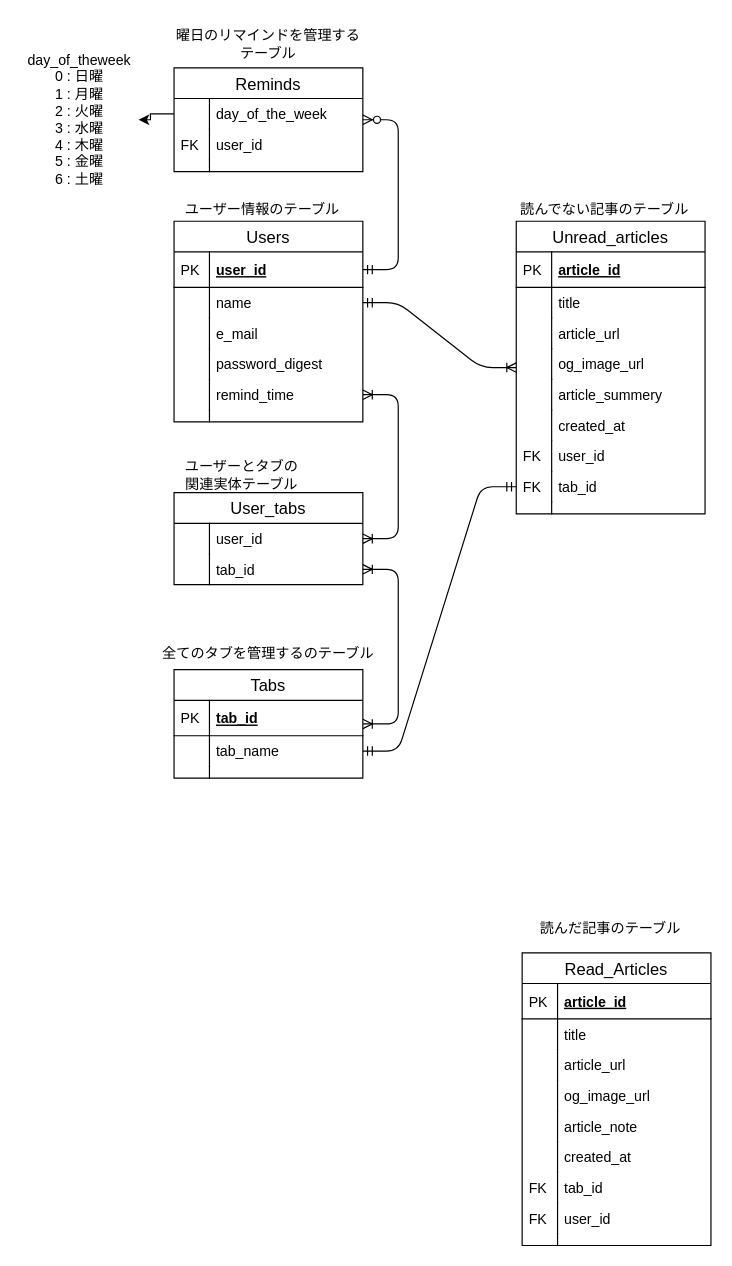
Before: rails_api/ERD.drawio in Yosuke-Aramaki/gx_app_3, a draw.io diagram. Source tidied: cells renumbered, new cells numbered last; positions are measured from the earlier drawing's top-left corner, leaving out a move shared by most shapes. Both pictures are drawn from the tidied source at 118%, with x=0, y=0 at pixel (20, 20).
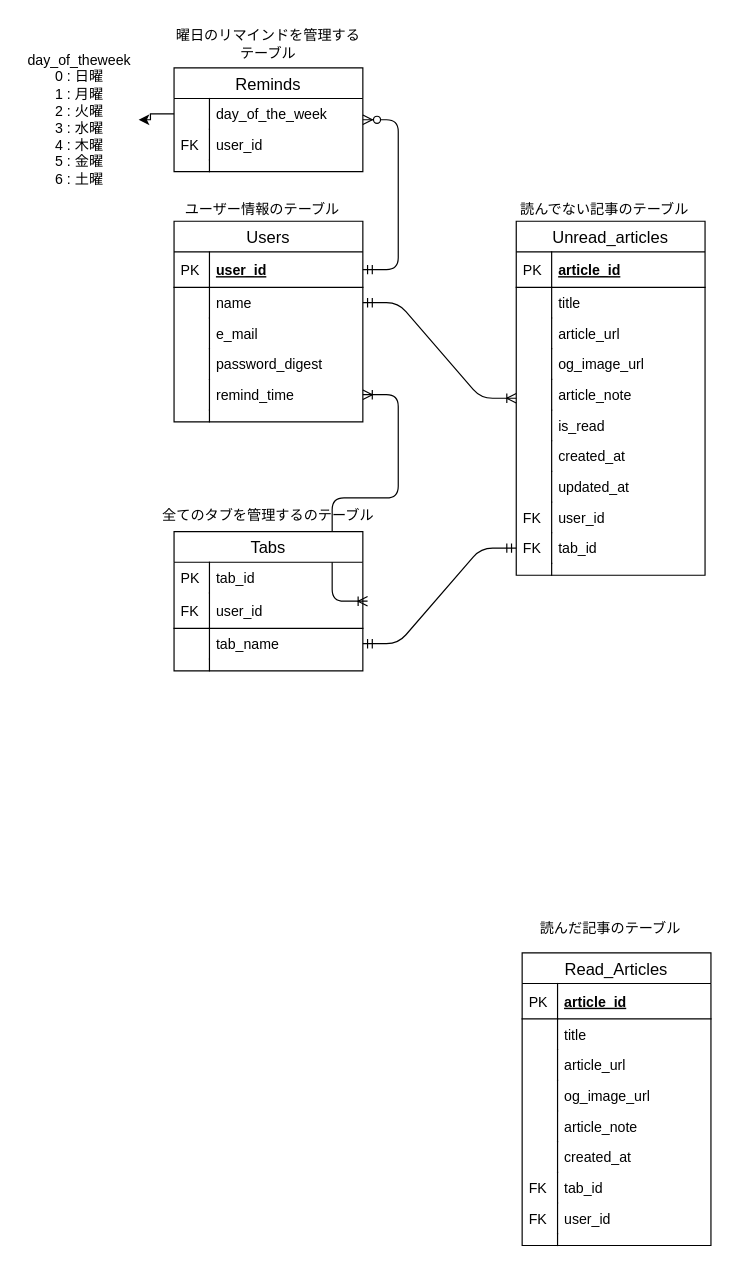
The same diagram, later.

Unchanged cells that the change refers to:
```xml
<mxCell id="11" value="remind_time" style="shape=partialRectangle;top=0;left=0;right=0;bottom=0;align=left;verticalAlign=top;fillColor=none;spacingLeft=34;spacingRight=4;overflow=hidden;points=[[0,0.5],[1,0.5]];portConstraint=eastwest;fontSize=12;" parent="2" vertex="1">
  <mxGeometry y="134" width="160" height="26" as="geometry" />
</mxCell>
```

The edit, as a diff of the source:
```diff
@@
-    <mxCell id="15" value="User_tabs" style="swimlane;fontStyle=0;horizontal=1;startSize=26;align=center;fontSize=14;" parent="1" vertex="1">
-      <mxGeometry x="130" y="400" width="160" height="78" as="geometry" />
-    </mxCell>
-    <mxCell id="16" value="user_id" style="shape=partialRectangle;top=0;left=0;right=0;bottom=0;align=left;verticalAlign=top;fillColor=none;spacingLeft=34;spacingRight=4;overflow=hidden;points=[[0,0.5],[1,0.5]];portConstraint=eastwest;fontSize=12;" parent="15" vertex="1">
-      <mxGeometry y="26" width="160" height="26" as="geometry" />
-    </mxCell>
-    <mxCell id="17" style="shape=partialRectangle;top=0;left=0;bottom=0;fillColor=none;align=left;verticalAlign=top;spacingLeft=4;spacingRight=4;overflow=hidden;fontSize=12;" parent="16" vertex="1">
-      <mxGeometry width="30" height="26" as="geometry" />
-    </mxCell>
-    <mxCell id="18" value="tab_id" style="shape=partialRectangle;top=0;left=0;right=0;bottom=0;align=left;verticalAlign=top;fillColor=none;spacingLeft=34;spacingRight=4;overflow=hidden;points=[[0,0.5],[1,0.5]];portConstraint=eastwest;fontSize=12;" parent="15" vertex="1">
-      <mxGeometry y="52" width="160" height="26" as="geometry" />
-    </mxCell>
-    <mxCell id="19" style="shape=partialRectangle;top=0;left=0;bottom=0;fillColor=none;align=left;verticalAlign=top;spacingLeft=4;spacingRight=4;overflow=hidden;fontSize=12;" parent="18" vertex="1">
-      <mxGeometry width="30" height="26" as="geometry" />
-    </mxCell>
@@
-    <mxCell id="27" value="Tabs" style="swimlane;fontStyle=0;horizontal=1;startSize=26;align=center;fontSize=14;" parent="1" vertex="1">
-      <mxGeometry x="130" y="550" width="160" height="92" as="geometry" />
-    </mxCell>
-    <mxCell id="28" value="tab_id" style="shape=partialRectangle;top=0;left=0;right=0;bottom=1;align=left;verticalAlign=middle;fillColor=none;spacingLeft=34;spacingRight=4;overflow=hidden;points=[[0,0.5],[1,0.5]];portConstraint=eastwest;fontStyle=5;fontSize=12;" parent="27" vertex="1">
-      <mxGeometry y="26" width="160" height="30" as="geometry" />
-    </mxCell>
-    <mxCell id="29" value="PK" style="shape=partialRectangle;top=0;left=0;bottom=0;fillColor=none;align=left;verticalAlign=middle;spacingLeft=4;spacingRight=4;overflow=hidden;fontSize=12;" parent="28" vertex="1">
-      <mxGeometry width="30" height="30" as="geometry" />
-    </mxCell>
-    <mxCell id="30" value="tab_name" style="shape=partialRectangle;top=0;left=0;right=0;bottom=0;align=left;verticalAlign=top;fillColor=none;spacingLeft=34;spacingRight=4;overflow=hidden;points=[[0,0.5],[1,0.5]];portConstraint=eastwest;fontSize=12;" parent="27" vertex="1">
-      <mxGeometry y="56" width="160" height="26" as="geometry" />
-    </mxCell>
-    <mxCell id="31" style="shape=partialRectangle;top=0;left=0;bottom=0;fillColor=none;align=left;verticalAlign=top;spacingLeft=4;spacingRight=4;overflow=hidden;fontSize=12;" parent="30" vertex="1">
-      <mxGeometry width="30" height="26" as="geometry" />
-    </mxCell>
-    <mxCell id="32" style="shape=partialRectangle;top=0;left=0;right=0;bottom=0;align=left;verticalAlign=top;fillColor=none;spacingLeft=34;spacingRight=4;overflow=hidden;fontSize=12;" parent="27" vertex="1">
-      <mxGeometry y="82" width="160" height="10" as="geometry" />
-    </mxCell>
-    <mxCell id="33" style="shape=partialRectangle;top=0;left=0;bottom=0;fillColor=none;align=left;verticalAlign=top;spacingLeft=4;spacingRight=4;overflow=hidden;fontSize=12;" parent="32" vertex="1">
-      <mxGeometry width="30" height="10" as="geometry" />
-    </mxCell>
@@
-    <mxCell id="36" style="edgeStyle=entityRelationEdgeStyle;fontSize=12;html=1;endArrow=ERoneToMany;startArrow=ERoneToMany;" parent="1" edge="1" source="16" target="11">
+    <mxCell id="36" style="edgeStyle=entityRelationEdgeStyle;fontSize=12;html=1;endArrow=ERoneToMany;startArrow=ERoneToMany;exitX=1.025;exitY=0.233;exitDx=0;exitDy=0;exitPerimeter=0;" parent="1" edge="1" source="28" target="11">
       <mxGeometry relative="1" as="geometry" />
     </mxCell>
-    <mxCell id="37" style="edgeStyle=entityRelationEdgeStyle;fontSize=12;html=1;endArrow=ERoneToMany;startArrow=ERoneToMany;" parent="1" edge="1" source="27" target="18">
-      <mxGeometry relative="1" as="geometry" />
-    </mxCell>
@@
     <mxCell id="39" value="Unread_articles" style="swimlane;fontStyle=0;horizontal=1;startSize=26;align=center;fontSize=14;" parent="1" vertex="1">
-      <mxGeometry x="420" y="170" width="160" height="248" as="geometry" />
+      <mxGeometry x="420" y="170" width="160" height="300" as="geometry" />
     </mxCell>
@@
-    <mxCell id="48" value="article_summery" style="shape=partialRectangle;top=0;left=0;right=0;bottom=0;align=left;verticalAlign=top;fillColor=none;spacingLeft=34;spacingRight=4;overflow=hidden;fontSize=12;" parent="39" vertex="1">
+    <mxCell id="48" value="article_note" style="shape=partialRectangle;top=0;left=0;right=0;bottom=0;align=left;verticalAlign=top;fillColor=none;spacingLeft=34;spacingRight=4;overflow=hidden;fontSize=12;" parent="39" vertex="1">
       <mxGeometry y="134" width="160" height="26" as="geometry" />
     </mxCell>
@@
+    <mxCell id="85" value="is_read" style="shape=partialRectangle;top=0;left=0;right=0;bottom=0;align=left;verticalAlign=top;fillColor=none;spacingLeft=34;spacingRight=4;overflow=hidden;fontSize=12;" parent="39" vertex="1">
+      <mxGeometry y="160" width="160" height="26" as="geometry" />
+    </mxCell>
+    <mxCell id="86" style="shape=partialRectangle;top=0;left=0;bottom=0;fillColor=none;align=left;verticalAlign=top;spacingLeft=4;spacingRight=4;overflow=hidden;fontSize=12;" parent="85" vertex="1">
+      <mxGeometry width="30" height="26" as="geometry" />
+    </mxCell>
     <mxCell id="50" value="created_at" style="shape=partialRectangle;top=0;left=0;right=0;bottom=0;align=left;verticalAlign=top;fillColor=none;spacingLeft=34;spacingRight=4;overflow=hidden;fontSize=12;" parent="39" vertex="1">
-      <mxGeometry y="160" width="160" height="26" as="geometry" />
+      <mxGeometry y="186" width="160" height="26" as="geometry" />
     </mxCell>
@@
+    <mxCell id="87" value="updated_at" style="shape=partialRectangle;top=0;left=0;right=0;bottom=0;align=left;verticalAlign=top;fillColor=none;spacingLeft=34;spacingRight=4;overflow=hidden;fontSize=12;" parent="39" vertex="1">
+      <mxGeometry y="212" width="160" height="26" as="geometry" />
+    </mxCell>
+    <mxCell id="88" style="shape=partialRectangle;top=0;left=0;bottom=0;fillColor=none;align=left;verticalAlign=top;spacingLeft=4;spacingRight=4;overflow=hidden;fontSize=12;" parent="87" vertex="1">
+      <mxGeometry width="30" height="26" as="geometry" />
+    </mxCell>
     <mxCell id="52" value="user_id" style="shape=partialRectangle;top=0;left=0;right=0;bottom=0;align=left;verticalAlign=top;fillColor=none;spacingLeft=34;spacingRight=4;overflow=hidden;fontSize=12;" parent="39" vertex="1">
-      <mxGeometry y="186" width="160" height="26" as="geometry" />
+      <mxGeometry y="238" width="160" height="26" as="geometry" />
     </mxCell>
@@
     <mxCell id="54" value="tab_id" style="shape=partialRectangle;top=0;left=0;right=0;bottom=0;align=left;verticalAlign=top;fillColor=none;spacingLeft=34;spacingRight=4;overflow=hidden;points=[[0,0.5],[1,0.5]];portConstraint=eastwest;fontSize=12;" parent="39" vertex="1">
-      <mxGeometry y="212" width="160" height="26" as="geometry" />
+      <mxGeometry y="264" width="160" height="26" as="geometry" />
     </mxCell>
@@
     <mxCell id="56" style="shape=partialRectangle;top=0;left=0;right=0;bottom=0;align=left;verticalAlign=top;fillColor=none;spacingLeft=34;spacingRight=4;overflow=hidden;fontSize=12;" parent="39" vertex="1">
-      <mxGeometry y="238" width="160" height="10" as="geometry" />
+      <mxGeometry y="290" width="160" height="10" as="geometry" />
     </mxCell>
@@
     <mxCell id="60" value="全てのタブを管理するのテーブル" style="text;html=1;strokeColor=none;fillColor=none;align=center;verticalAlign=middle;whiteSpace=wrap;rounded=0;" parent="1" vertex="1">
-      <mxGeometry x="115" y="527" width="190" height="20" as="geometry" />
+      <mxGeometry x="115" y="410" width="190" height="20" as="geometry" />
     </mxCell>
-    <mxCell id="61" value="ユーザーとタブの&lt;br&gt;関連実体テーブル" style="text;html=1;strokeColor=none;fillColor=none;align=center;verticalAlign=middle;whiteSpace=wrap;rounded=0;" parent="1" vertex="1">
-      <mxGeometry x="115" y="370" width="145" height="30" as="geometry" />
-    </mxCell>
@@
+    <mxCell id="27" value="Tabs" style="swimlane;fontStyle=0;horizontal=1;startSize=26;align=center;fontSize=14;" parent="1" vertex="1">
+      <mxGeometry x="130" y="433" width="160" height="118" as="geometry" />
+    </mxCell>
+    <mxCell id="18" value="tab_id" style="shape=partialRectangle;top=0;left=0;right=0;bottom=0;align=left;verticalAlign=top;fillColor=none;spacingLeft=34;spacingRight=4;overflow=hidden;points=[[0,0.5],[1,0.5]];portConstraint=eastwest;fontSize=12;" parent="27" vertex="1">
+      <mxGeometry y="26" width="160" height="26" as="geometry" />
+    </mxCell>
+    <mxCell id="89" value="PK" style="shape=partialRectangle;top=0;left=0;bottom=0;fillColor=none;align=left;verticalAlign=top;spacingLeft=4;spacingRight=4;overflow=hidden;fontSize=12;" parent="18" vertex="1">
+      <mxGeometry width="30" height="26" as="geometry" />
+    </mxCell>
+    <mxCell id="28" value="user_id" style="shape=partialRectangle;top=0;left=0;right=0;bottom=1;align=left;verticalAlign=middle;fillColor=none;spacingLeft=34;spacingRight=4;overflow=hidden;points=[[0,0.5],[1,0.5]];portConstraint=eastwest;fontStyle=0;fontSize=12;" parent="27" vertex="1">
+      <mxGeometry y="52" width="160" height="30" as="geometry" />
+    </mxCell>
+    <mxCell id="29" value="FK" style="shape=partialRectangle;top=0;left=0;bottom=0;fillColor=none;align=left;verticalAlign=middle;spacingLeft=4;spacingRight=4;overflow=hidden;fontSize=12;" parent="28" vertex="1">
+      <mxGeometry width="30" height="30" as="geometry" />
+    </mxCell>
+    <mxCell id="30" value="tab_name" style="shape=partialRectangle;top=0;left=0;right=0;bottom=0;align=left;verticalAlign=top;fillColor=none;spacingLeft=34;spacingRight=4;overflow=hidden;points=[[0,0.5],[1,0.5]];portConstraint=eastwest;fontSize=12;" parent="27" vertex="1">
+      <mxGeometry y="82" width="160" height="26" as="geometry" />
+    </mxCell>
+    <mxCell id="31" style="shape=partialRectangle;top=0;left=0;bottom=0;fillColor=none;align=left;verticalAlign=top;spacingLeft=4;spacingRight=4;overflow=hidden;fontSize=12;" parent="30" vertex="1">
+      <mxGeometry width="30" height="26" as="geometry" />
+    </mxCell>
+    <mxCell id="32" style="shape=partialRectangle;top=0;left=0;right=0;bottom=0;align=left;verticalAlign=top;fillColor=none;spacingLeft=34;spacingRight=4;overflow=hidden;fontSize=12;" parent="27" vertex="1">
+      <mxGeometry y="108" width="160" height="10" as="geometry" />
+    </mxCell>
+    <mxCell id="33" style="shape=partialRectangle;top=0;left=0;bottom=0;fillColor=none;align=left;verticalAlign=top;spacingLeft=4;spacingRight=4;overflow=hidden;fontSize=12;" parent="32" vertex="1">
+      <mxGeometry width="30" height="10" as="geometry" />
+    </mxCell>
```
